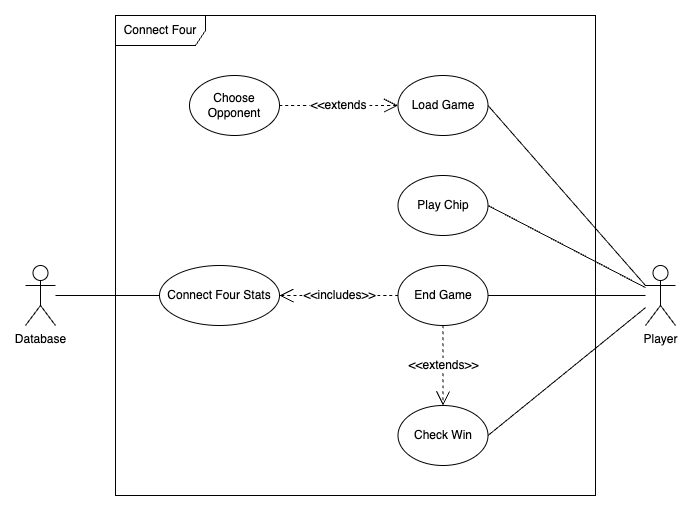
Before: connect_four_use_case_diagram.png, a diagram exported from draw.io (farshadislam/Socketed-Multigame-GUI). Source tidied: cells renumbered, new cells last; positions are measured from the earlier drawing's top-left corner, leaving out a move shared by most shapes. The source it was exported from:
```xml
<mxGraphModel>
  <root>
    <mxCell id="0" />
    <mxCell id="1" parent="0" />
    <mxCell id="2" value="Connect Four" style="shape=umlFrame;whiteSpace=wrap;html=1;width=90;height=30;" parent="1" vertex="1">
      <mxGeometry x="90" width="480" height="480" as="geometry" />
    </mxCell>
    <mxCell id="3" value="Player" style="shape=umlActor;verticalLabelPosition=bottom;verticalAlign=top;html=1;outlineConnect=0;" parent="1" vertex="1">
      <mxGeometry x="620" y="250" width="30" height="60" as="geometry" />
    </mxCell>
    <mxCell id="4" value="Load Game" style="ellipse;whiteSpace=wrap;html=1;" parent="1" vertex="1">
      <mxGeometry x="372.5" y="60" width="90" height="60" as="geometry" />
    </mxCell>
    <mxCell id="5" value="Connect Four Stats" style="ellipse;whiteSpace=wrap;html=1;" parent="1" vertex="1">
      <mxGeometry x="134" y="250" width="120" height="60" as="geometry" />
    </mxCell>
    <mxCell id="6" value="Play Chip" style="ellipse;whiteSpace=wrap;html=1;" parent="1" vertex="1">
      <mxGeometry x="372.5" y="160" width="90" height="60" as="geometry" />
    </mxCell>
    <mxCell id="7" value="End Game" style="ellipse;whiteSpace=wrap;html=1;" parent="1" vertex="1">
      <mxGeometry x="372.5" y="250" width="90" height="60" as="geometry" />
    </mxCell>
    <mxCell id="8" value="Check Win" style="ellipse;whiteSpace=wrap;html=1;" parent="1" vertex="1">
      <mxGeometry x="372.5" y="390" width="90" height="60" as="geometry" />
    </mxCell>
    <mxCell id="9" style="endArrow=none;html=1;rounded=0;entryX=1;entryY=0.5;entryDx=0;entryDy=0;exitX=0;exitY=0.3333333333333333;exitDx=0;exitDy=0;exitPerimeter=0;" parent="1" edge="1" source="3" target="4">
      <mxGeometry relative="1" as="geometry" />
    </mxCell>
    <mxCell id="10" style="endArrow=none;html=1;rounded=0;exitX=1;exitY=0.5;exitDx=0;exitDy=0;" parent="1" edge="1" source="6" target="3">
      <mxGeometry relative="1" as="geometry" />
    </mxCell>
    <mxCell id="11" style="endArrow=none;html=1;rounded=0;exitX=1;exitY=0.5;exitDx=0;exitDy=0;" parent="1" edge="1" source="7" target="3">
      <mxGeometry relative="1" as="geometry" />
    </mxCell>
    <mxCell id="12" value="&amp;lt;&amp;lt;extends&amp;gt;&amp;gt;" style="endArrow=open;endSize=12;dashed=1;html=1;rounded=0;fontSize=12;curved=1;entryX=0.5;entryY=0;entryDx=0;entryDy=0;" parent="1" edge="1" source="7" target="8">
      <mxGeometry relative="1" as="geometry" />
    </mxCell>
    <mxCell id="13" value="&amp;lt;&amp;lt;includes&amp;gt;&amp;gt;" style="endArrow=open;endSize=12;dashed=1;html=1;rounded=0;fontSize=12;curved=1;exitX=0;exitY=0.5;exitDx=0;exitDy=0;" parent="1" edge="1" source="7" target="5">
      <mxGeometry relative="1" as="geometry" />
    </mxCell>
    <mxCell id="14" value="Database" style="shape=umlActor;verticalLabelPosition=bottom;verticalAlign=top;html=1;outlineConnect=0;" parent="1" vertex="1">
      <mxGeometry y="250" width="30" height="60" as="geometry" />
    </mxCell>
    <mxCell id="15" style="endArrow=none;html=1;rounded=0;fontSize=12;startSize=8;endSize=8;curved=1;exitX=0;exitY=0.5;exitDx=0;exitDy=0;" parent="1" edge="1" source="5" target="14">
      <mxGeometry relative="1" as="geometry" />
    </mxCell>
    <mxCell id="16" value="Choose&lt;div&gt;Opponent&lt;/div&gt;" style="ellipse;whiteSpace=wrap;html=1;" parent="1" vertex="1">
      <mxGeometry x="164" y="60" width="90" height="60" as="geometry" />
    </mxCell>
    <mxCell id="17" value="&amp;lt;&amp;lt;extends" style="endArrow=open;endSize=12;dashed=1;html=1;rounded=0;fontSize=12;curved=1;entryX=0;entryY=0.5;entryDx=0;entryDy=0;" parent="1" edge="1" source="16" target="4">
      <mxGeometry x="-0.01" relative="1" as="geometry" />
    </mxCell>
    <mxCell id="18" style="endArrow=none;html=1;rounded=0;fontSize=12;startSize=8;endSize=8;curved=1;exitX=1;exitY=0.5;exitDx=0;exitDy=0;" parent="1" edge="1" source="8" target="3">
      <mxGeometry relative="1" as="geometry" />
    </mxCell>
  </root>
</mxGraphModel>
```
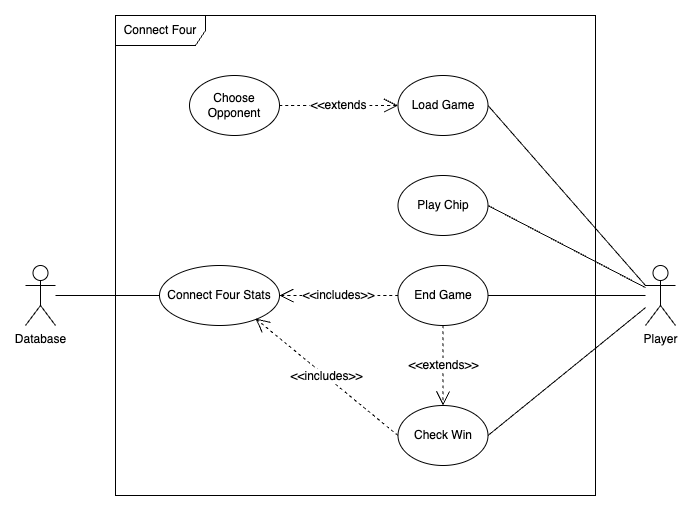
Above is the later version.

Commit message:
Altered connect_four_use_case_diagram.png to include another connection

The edit, as a diff of the source:
```diff
@@ -53,5 +53,10 @@
     <mxCell id="18" style="endArrow=none;html=1;rounded=0;fontSize=12;startSize=8;endSize=8;curved=1;exitX=1;exitY=0.5;exitDx=0;exitDy=0;" parent="1" edge="1" source="8" target="3">
       <mxGeometry relative="1" as="geometry" />
     </mxCell>
+    <mxCell id="19" value="&amp;lt;&amp;lt;includes&amp;gt;&amp;gt;" style="endArrow=open;endSize=12;dashed=1;html=1;rounded=0;fontSize=12;curved=1;exitX=0;exitY=0.5;exitDx=0;exitDy=0;" parent="1" edge="1" source="8">
+      <mxGeometry relative="1" as="geometry">
+        <mxPoint x="230" y="303" as="targetPoint" />
+      </mxGeometry>
+    </mxCell>
   </root>
 </mxGraphModel>
```
